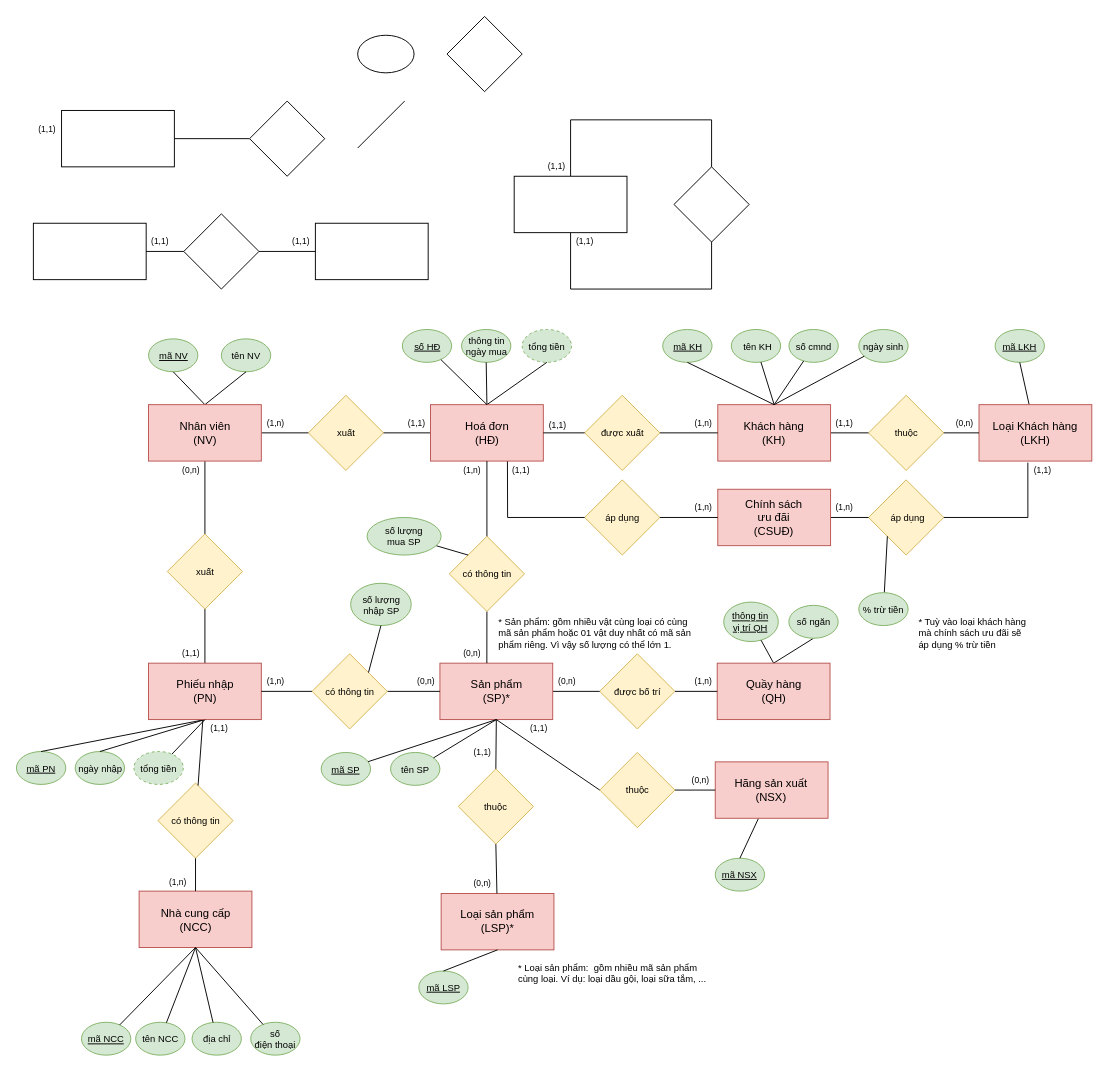
This is EXERCISES/ER Diagram.drawio from andytino/Documents-Database, a draw.io file, before an edit. Source tidied: cells renumbered, new cells numbered last; positions are measured from the earlier drawing's top-left corner, leaving out a move shared by most shapes. Both pictures are drawn from the tidied source at 94%, with x=0, y=0 at pixel (16, 16).
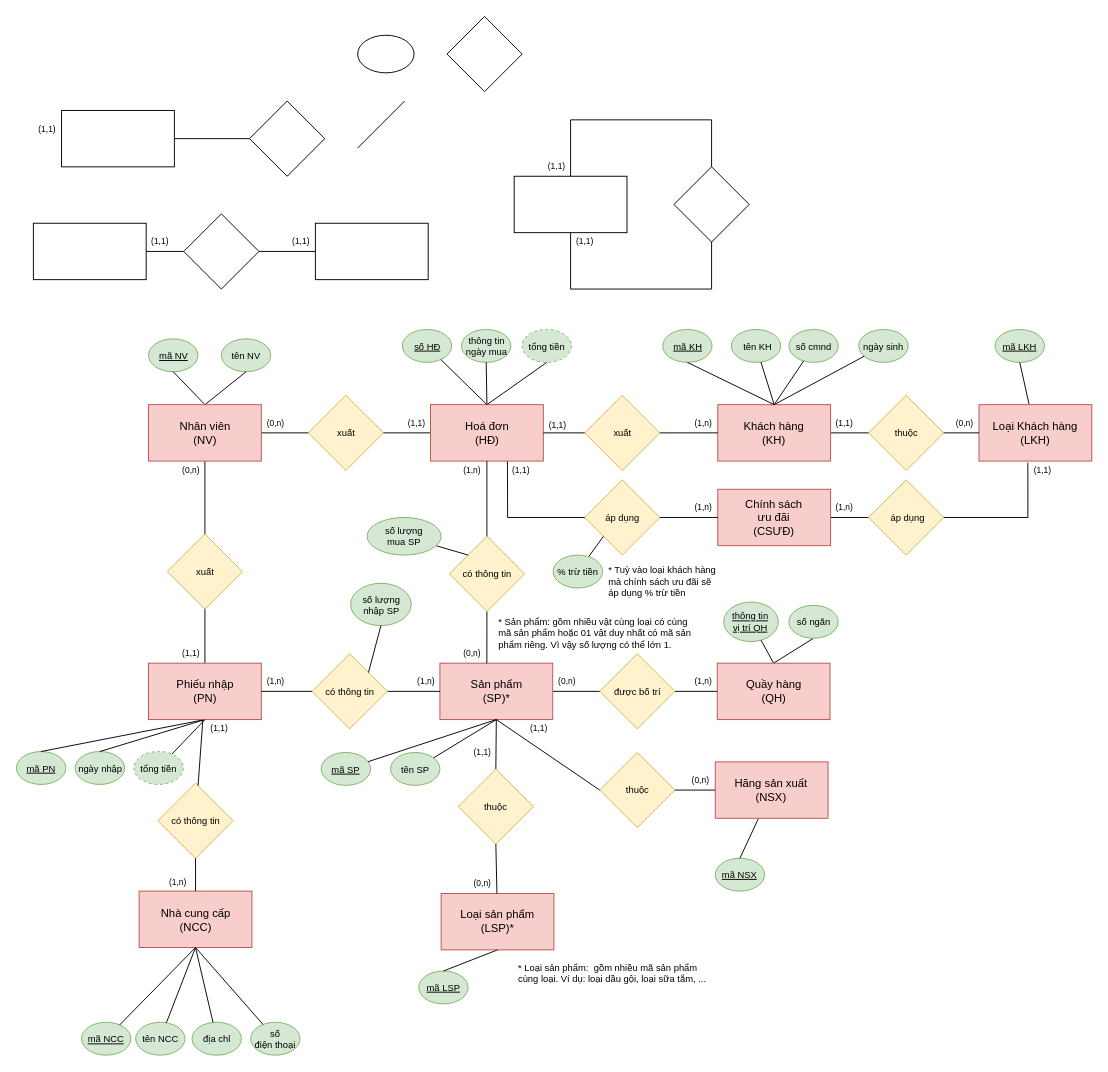
Above is the later version.

The change refers to these unchanged cells:
```xml
<mxCell id="28" style="group;fontSize=10;" parent="1" vertex="1">
  <mxGeometry y="333" width="1144" height="772" as="geometry" />
</mxCell>
<mxCell id="33" value="&amp;nbsp;áp dụng" style="rhombus;whiteSpace=wrap;html=1;rotation=0;fillColor=#fff2cc;strokeColor=#d6b656;fontSize=10;" parent="28" vertex="1">
  <mxGeometry x="906.5" y="160" width="80" height="80" as="geometry" />
</mxCell>
<mxCell id="60" value="áp dụng" style="rhombus;whiteSpace=wrap;html=1;rotation=0;fillColor=#fff2cc;strokeColor=#d6b656;fontSize=10;" parent="28" vertex="1">
  <mxGeometry x="604.5" y="160" width="80" height="80" as="geometry" />
</mxCell>
```

What changed in the source:
```diff
@@
-    <mxCell id="32" value="được xuất" style="rhombus;whiteSpace=wrap;html=1;fontSize=10;fillColor=#fff2cc;strokeColor=#d6b656;" parent="28" vertex="1">
+    <mxCell id="32" value="xuất" style="rhombus;whiteSpace=wrap;html=1;fontSize=10;fillColor=#fff2cc;strokeColor=#d6b656;" parent="28" vertex="1">
       <mxGeometry x="604.5" y="70" width="80" height="80" as="geometry" />
     </mxCell>
@@
-    <mxCell id="124" value="(1,n)" style="text;html=1;strokeColor=none;fillColor=none;align=center;verticalAlign=middle;whiteSpace=wrap;rounded=0;fontFamily=Helvetica;fontSize=9;fontColor=default;" parent="28" vertex="1">
+    <mxCell id="124" value="(0,n)" style="text;html=1;strokeColor=none;fillColor=none;align=center;verticalAlign=middle;whiteSpace=wrap;rounded=0;fontFamily=Helvetica;fontSize=9;fontColor=default;" parent="28" vertex="1">
       <mxGeometry x="260.5" y="90" width="30" height="20" as="geometry" />
     </mxCell>
@@
-    <mxCell id="140" value="Chính sách&lt;br&gt;ưu đãi&lt;br&gt;(CSUĐ)" style="rounded=0;whiteSpace=wrap;html=1;fillColor=#f8cecc;strokeColor=#b85450;" parent="28" vertex="1">
+    <mxCell id="140" value="Chính sách&lt;br&gt;ưu đãi&lt;br&gt;(CSƯĐ)" style="rounded=0;whiteSpace=wrap;html=1;fillColor=#f8cecc;strokeColor=#b85450;" parent="28" vertex="1">
       <mxGeometry x="746.1" y="170" width="120" height="60" as="geometry" />
     </mxCell>
@@
-    <mxCell id="147" value="(0,n)" style="text;html=1;strokeColor=none;fillColor=none;align=center;verticalAlign=middle;whiteSpace=wrap;rounded=0;fontFamily=Helvetica;fontSize=9;fontColor=default;" parent="28" vertex="1">
+    <mxCell id="147" value="(1,n)" style="text;html=1;strokeColor=none;fillColor=none;align=center;verticalAlign=middle;whiteSpace=wrap;rounded=0;fontFamily=Helvetica;fontSize=9;fontColor=default;" parent="28" vertex="1">
       <mxGeometry x="420.5" y="365" width="30" height="20" as="geometry" />
     </mxCell>
@@
-    <mxCell id="150" style="edgeStyle=none;shape=connector;rounded=0;jettySize=auto;html=1;labelBackgroundColor=default;fontFamily=Helvetica;fontSize=10;fontColor=default;endArrow=none;strokeColor=default;entryX=0;entryY=1;entryDx=0;entryDy=0;" parent="28" edge="1" source="151" target="33">
-      <mxGeometry relative="1" as="geometry" />
-    </mxCell>
+    <mxCell id="157" style="edgeStyle=none;shape=connector;rounded=0;jettySize=auto;html=1;entryX=0;entryY=1;entryDx=0;entryDy=0;labelBackgroundColor=default;fontFamily=Helvetica;fontSize=10;fontColor=default;endArrow=none;strokeColor=default;" parent="28" edge="1" source="151" target="60">
+      <mxGeometry relative="1" as="geometry" />
+    </mxCell>
     <mxCell id="151" value="% trừ tiền" style="ellipse;whiteSpace=wrap;html=1;fontSize=10;fillColor=#d5e8d4;strokeColor=#82b366;" parent="28" vertex="1">
-      <mxGeometry x="896.1" y="280" width="52.5" height="35" as="geometry" />
+      <mxGeometry x="571" y="240" width="52.5" height="35" as="geometry" />
     </mxCell>
@@
     <mxCell id="154" value="* Tuỳ vào loại khách hàng mà chính sách ưu đãi sẽ áp dụng % trừ tiền" style="text;html=1;strokeColor=none;fillColor=none;align=left;verticalAlign=middle;whiteSpace=wrap;rounded=0;dashed=1;fontFamily=Helvetica;fontSize=10;fontColor=default;" parent="28" vertex="1">
-      <mxGeometry x="957.8" y="300.5" width="124.4" height="45" as="geometry" />
+      <mxGeometry x="628" y="245" width="124.4" height="45" as="geometry" />
     </mxCell>
```
